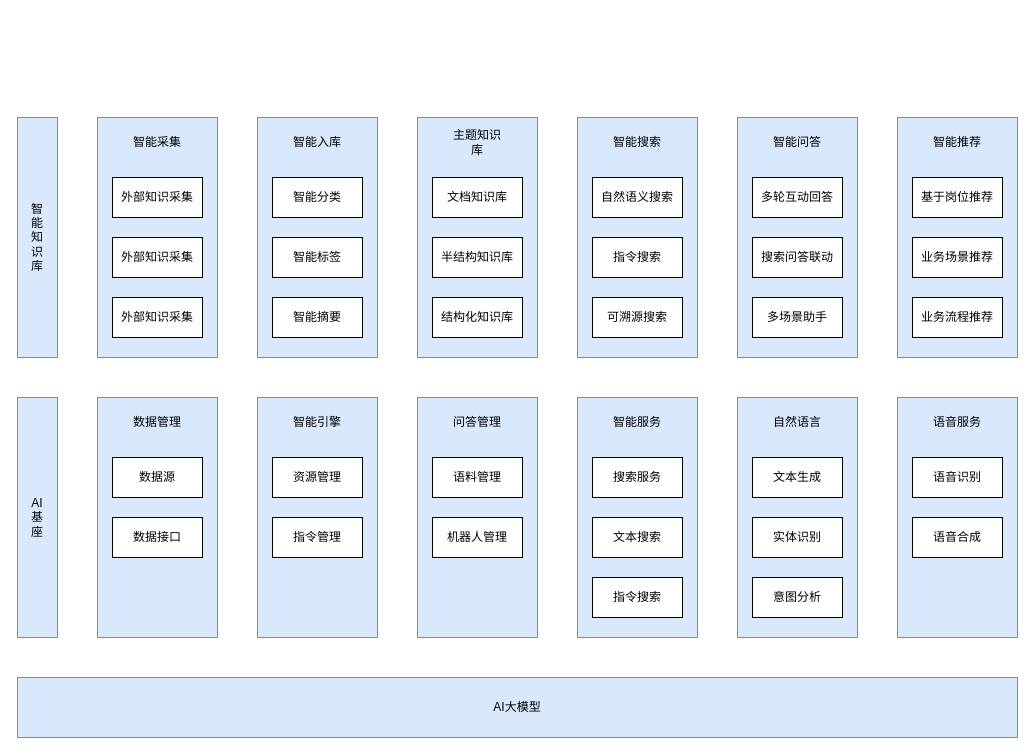
Before: src/main/AI知识库平台架构.drawio in noarter/flow-chart, a draw.io diagram. Source tidied: cells renumbered, new cells numbered last; positions are measured from the earlier drawing's top-left corner, leaving out a move shared by most shapes. Both pictures are drawn from the tidied source at 100%, with x=0, y=0 at pixel (17, 117).
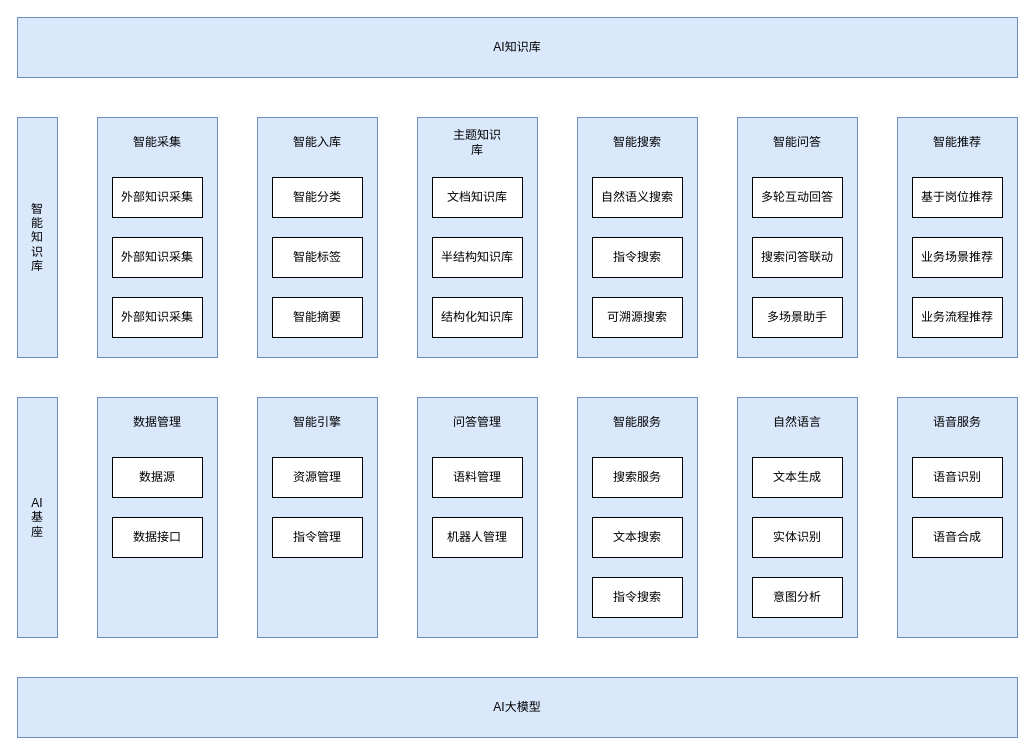
After the change.

Commit message (it also covers changes not shown here):
更新AI知识库平台架构.drawio

Change to the diagram source:
```diff
@@
+    <mxCell id="61" value="AI知识库" style="rounded=0;whiteSpace=wrap;html=1;fillColor=#dae8fc;strokeColor=#6c8ebf;" parent="1" vertex="1">
+      <mxGeometry y="-100" width="1000" height="60" as="geometry" />
+    </mxCell>
```
